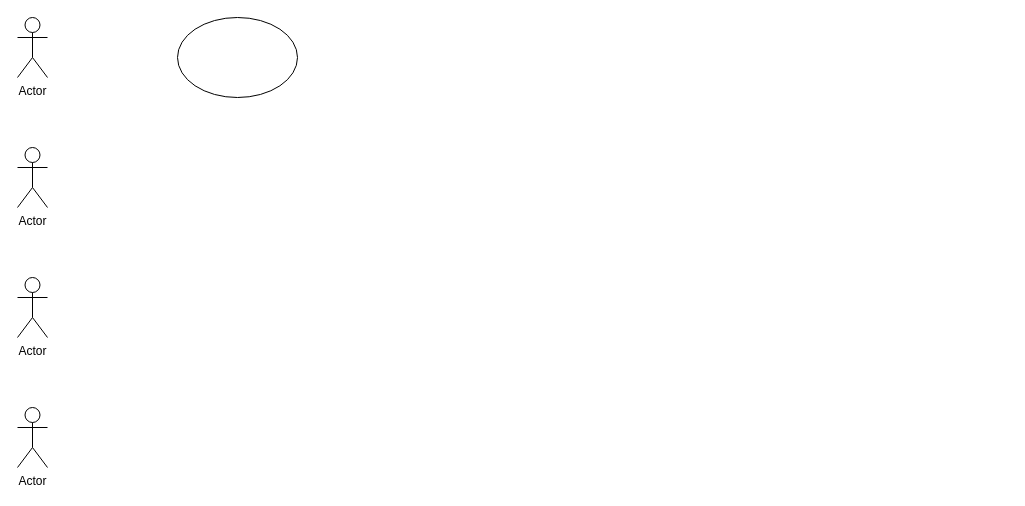
This is Диаграмма без названия.drawio from Vladimir-Hvac/DanceJournal, a draw.io file, before an edit. Source tidied: cells renumbered, new cells numbered last; positions are measured from the earlier drawing's top-left corner, leaving out a move shared by most shapes. Both pictures are drawn from the tidied source at 100%, with x=0, y=0 at pixel (17, 17).
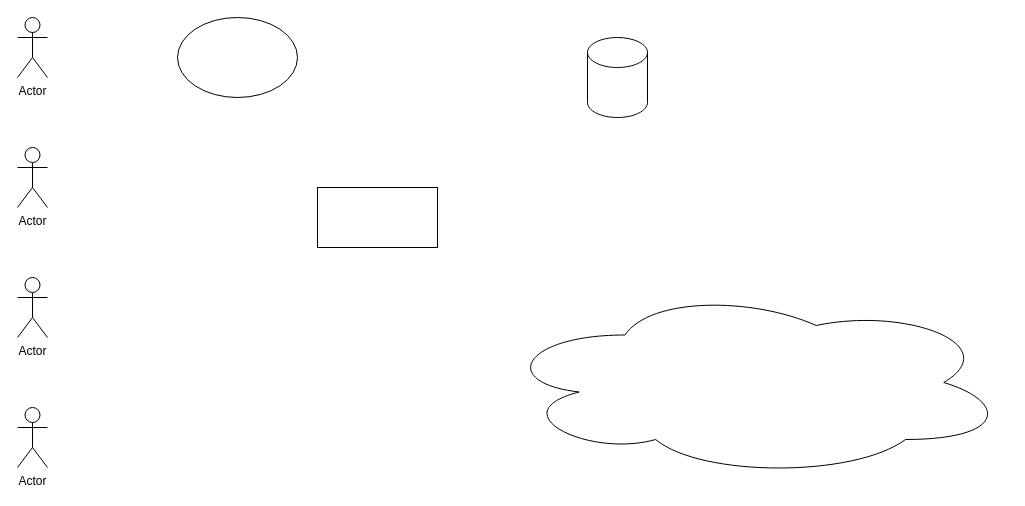
The same page after the edit.

Commit message:
First arch schema

The edit, as a diff of the source:
```diff
@@
 <mxGraphModel>
   <root>
     <mxCell id="0" />
     <mxCell id="1" parent="0" />
     <mxCell id="2" value="Actor" style="shape=umlActor;verticalLabelPosition=bottom;verticalAlign=top;html=1;" parent="1" vertex="1">
       <mxGeometry width="30" height="60" as="geometry" />
     </mxCell>
     <mxCell id="3" value="Actor" style="shape=umlActor;verticalLabelPosition=bottom;verticalAlign=top;html=1;" parent="1" vertex="1">
       <mxGeometry y="130" width="30" height="60" as="geometry" />
     </mxCell>
     <mxCell id="4" value="Actor" style="shape=umlActor;verticalLabelPosition=bottom;verticalAlign=top;html=1;" parent="1" vertex="1">
       <mxGeometry y="260" width="30" height="60" as="geometry" />
     </mxCell>
     <mxCell id="5" value="Actor" style="shape=umlActor;verticalLabelPosition=bottom;verticalAlign=top;html=1;" parent="1" vertex="1">
       <mxGeometry y="390" width="30" height="60" as="geometry" />
     </mxCell>
+    <mxCell id="7" style="rounded=0;whiteSpace=wrap;html=1;" parent="1" vertex="1">
+      <mxGeometry x="300" y="170" width="120" height="60" as="geometry" />
+    </mxCell>
     <mxCell id="6" style="ellipse;whiteSpace=wrap;html=1;" parent="1" vertex="1">
       <mxGeometry x="160" width="120" height="80" as="geometry" />
     </mxCell>
+    <mxCell id="8" style="shape=cylinder3;whiteSpace=wrap;html=1;boundedLbl=1;backgroundOutline=1;size=15;" parent="1" vertex="1">
+      <mxGeometry x="570" y="20" width="60" height="80" as="geometry" />
+    </mxCell>
+    <mxCell id="9" style="ellipse;shape=cloud;whiteSpace=wrap;html=1;" parent="1" vertex="1">
+      <mxGeometry x="480" y="270" width="510" height="190" as="geometry" />
+    </mxCell>
   </root>
 </mxGraphModel>
```
